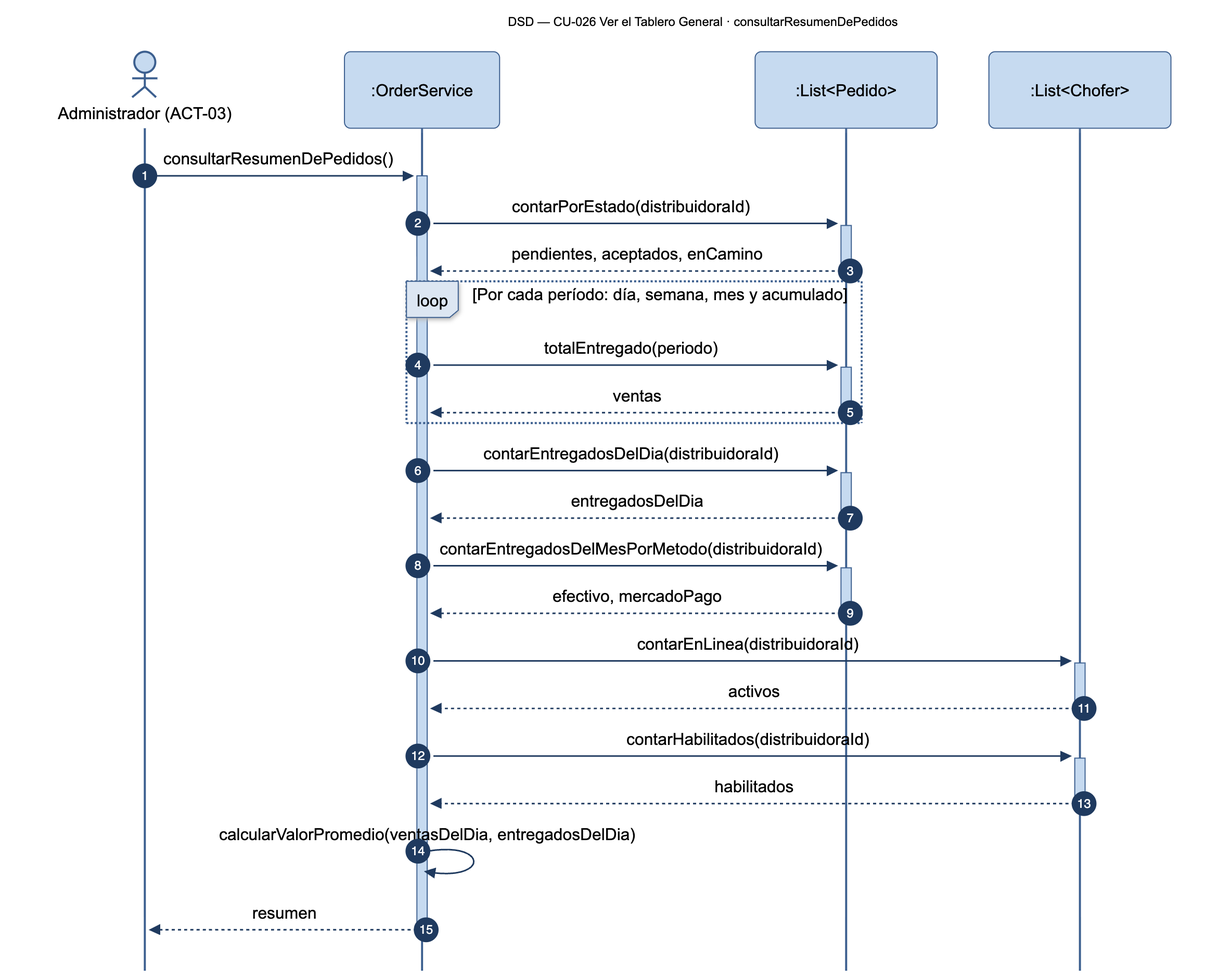
The Mermaid diagram diagramas/png/DSD_CU-026_consultarResumenDePedidos.png in Nahuelito-Dev/splg-docs, before a commit. Its source is kept beside it as diagramas/DSD_CU-026_consultarResumenDePedidos.mmd.
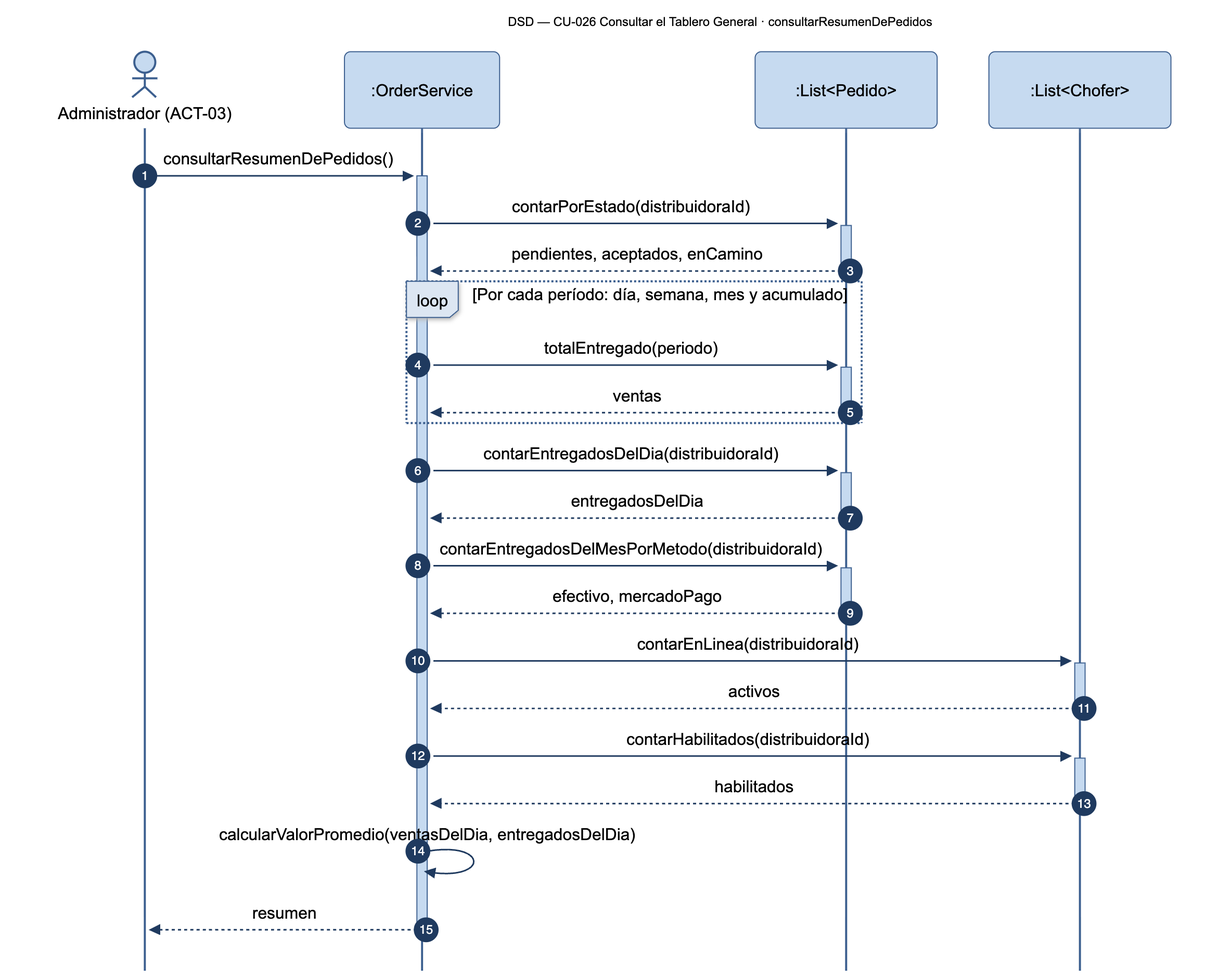
After the change.

What changed in the source:
```diff
@@ -1,5 +1,5 @@
 sequenceDiagram
-    title DSD — CU-026 Ver el Tablero General · consultarResumenDePedidos
+    title DSD — CU-026 Consultar el Tablero General · consultarResumenDePedidos
     autonumber
     actor ADM as Administrador (ACT-03)
     participant SRV as :OrderService
```
